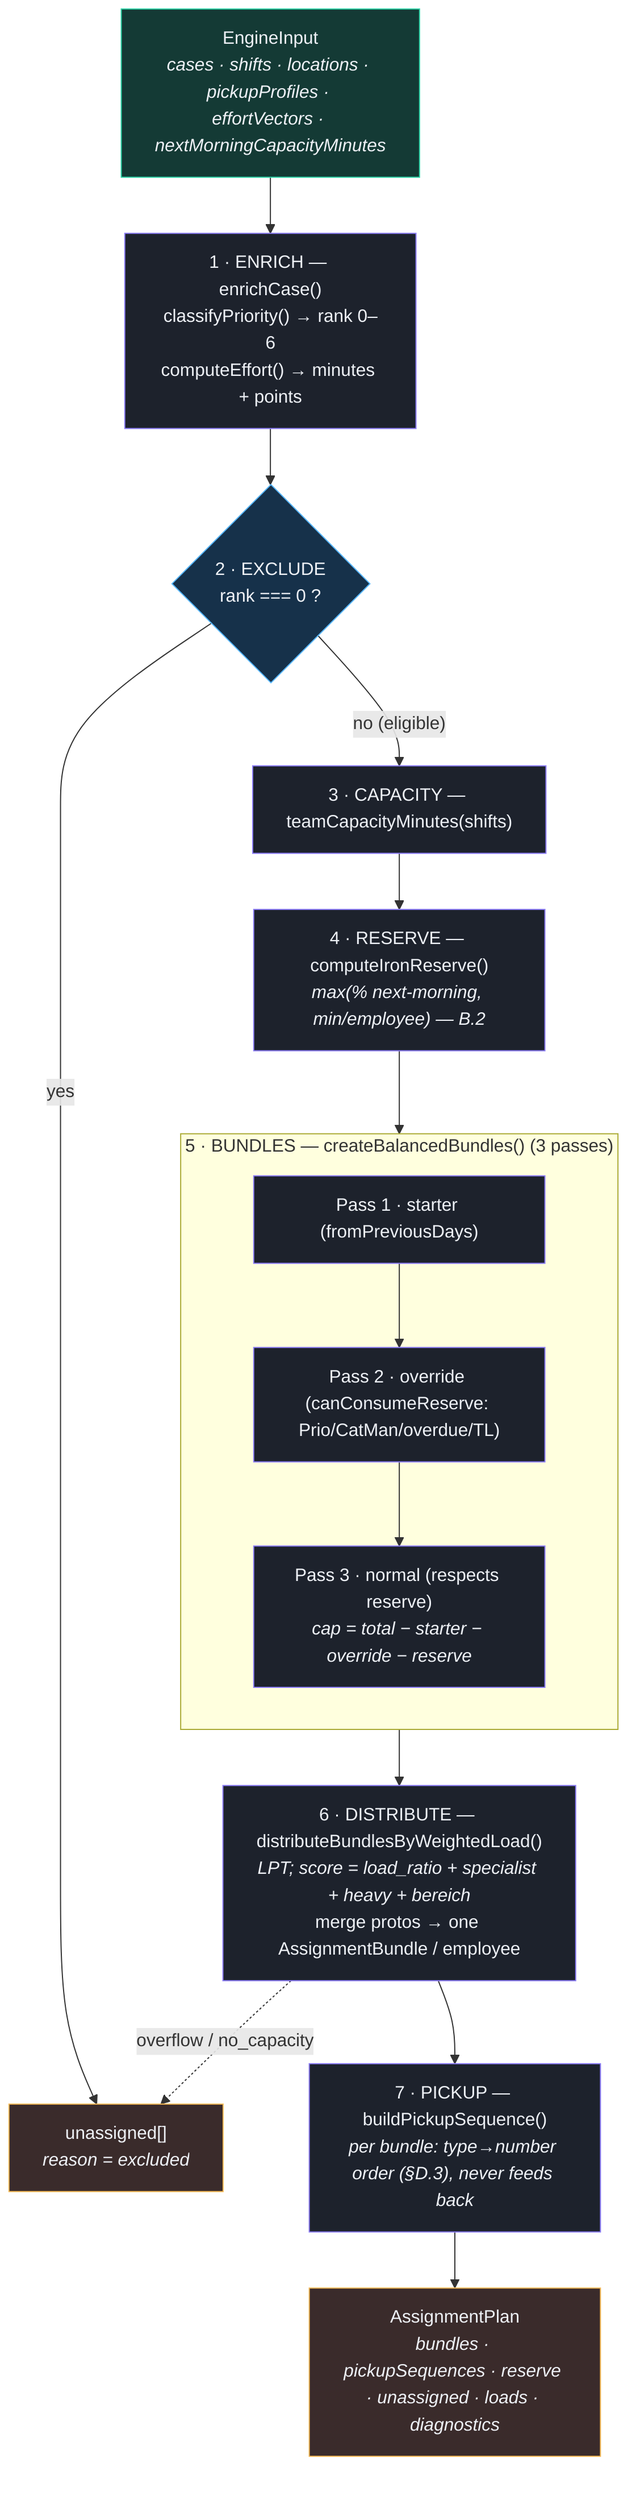
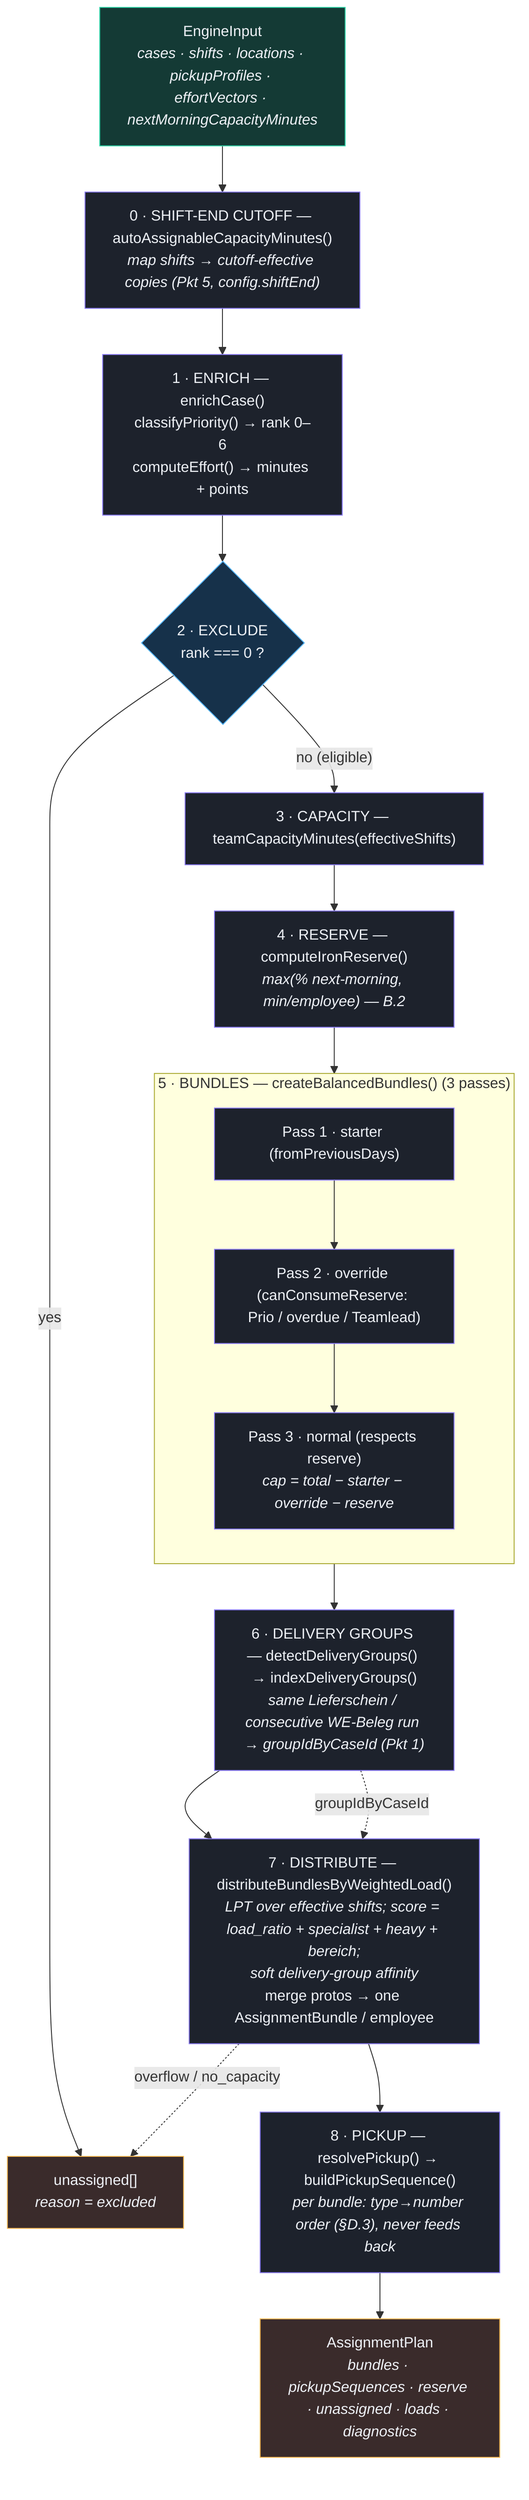
%% C4 Level 4 — Code / data flow: assignWork() pipeline
- %% Verified against packages/assignment-engine/src/assignment/plan.ts (step ordering lines ~86–226)
- %% and the called modules (priority-engine, effort-score, net-capacity, reserve, bundling, distribute, pickup-order).
+ %% Verified against packages/assignment-engine/src/assignment/plan.ts (committed main)
+ %% and the called modules (shift-end, priority-engine, effort-score, net-capacity, reserve,
+ %% bundling, delivery-group, distribute, pickup-order).
flowchart TB
    classDef step fill:#1d222c,stroke:#8b7cf6,color:#eef1f6;
    classDef io fill:#143a35,stroke:#2dd4a7,color:#eef1f6;
    classDef branch fill:#16314a,stroke:#56b6ff,color:#eef1f6;
    classDef out fill:#3a2b2b,stroke:#f5b955,color:#eef1f6;

    input["EngineInput<br/><i>cases · shifts · locations · pickupProfiles · effortVectors · nextMorningCapacityMinutes</i>"]:::io

+     cutoff["0 · SHIFT-END CUTOFF — autoAssignableCapacityMinutes()<br/><i>map shifts → cutoff-effective copies (Pkt 5, config.shiftEnd)</i>"]:::step
    enrich["1 · ENRICH — enrichCase()<br/>classifyPriority() → rank 0–6<br/>computeEffort() → minutes + points"]:::step
    exclude{"2 · EXCLUDE<br/>rank === 0 ?"}:::branch
    excluded["unassigned[]<br/><i>reason = excluded</i>"]:::out

-     capacity["3 · CAPACITY — teamCapacityMinutes(shifts)"]:::step
+     capacity["3 · CAPACITY — teamCapacityMinutes(effectiveShifts)"]:::step
    reserve["4 · RESERVE — computeIronReserve()<br/><i>max(% next-morning, min/employee) — B.2</i>"]:::step

    subgraph bundles["5 · BUNDLES — createBalancedBundles() (3 passes)"]
        direction TB
        starter["Pass 1 · starter (fromPreviousDays)"]:::step
-         override["Pass 2 · override (canConsumeReserve: Prio/CatMan/overdue/TL)"]:::step
+         override["Pass 2 · override (canConsumeReserve: Prio / overdue / Teamlead)"]:::step
        normal["Pass 3 · normal (respects reserve)<br/><i>cap = total − starter − override − reserve</i>"]:::step
    end

-     distribute["6 · DISTRIBUTE — distributeBundlesByWeightedLoad()<br/><i>LPT; score = load_ratio + specialist + heavy + bereich</i><br/>merge protos → one AssignmentBundle / employee"]:::step
-     pickup["7 · PICKUP — buildPickupSequence()<br/><i>per bundle: type→number order (§D.3), never feeds back</i>"]:::step
+     grouping["6 · DELIVERY GROUPS — detectDeliveryGroups() → indexDeliveryGroups()<br/><i>same Lieferschein / consecutive WE-Beleg run → groupIdByCaseId (Pkt 1)</i>"]:::step
+     distribute["7 · DISTRIBUTE — distributeBundlesByWeightedLoad()<br/><i>LPT over effective shifts; score = load_ratio + specialist + heavy + bereich;<br/>soft delivery-group affinity</i><br/>merge protos → one AssignmentBundle / employee"]:::step
+     pickup["8 · PICKUP — resolvePickup() → buildPickupSequence()<br/><i>per bundle: type→number order (§D.3), never feeds back</i>"]:::step

    plan["AssignmentPlan<br/><i>bundles · pickupSequences · reserve · unassigned · loads · diagnostics</i>"]:::out

-     input --> enrich --> exclude
+     input --> cutoff --> enrich --> exclude
    exclude -->|"yes"| excluded
    exclude -->|"no (eligible)"| capacity --> reserve --> starter
-     starter --> override --> normal --> distribute --> pickup --> plan
+     starter --> override --> normal --> grouping --> distribute --> pickup --> plan
+     grouping -. "groupIdByCaseId" .-> distribute
    distribute -. "overflow / no_capacity" .-> excluded
